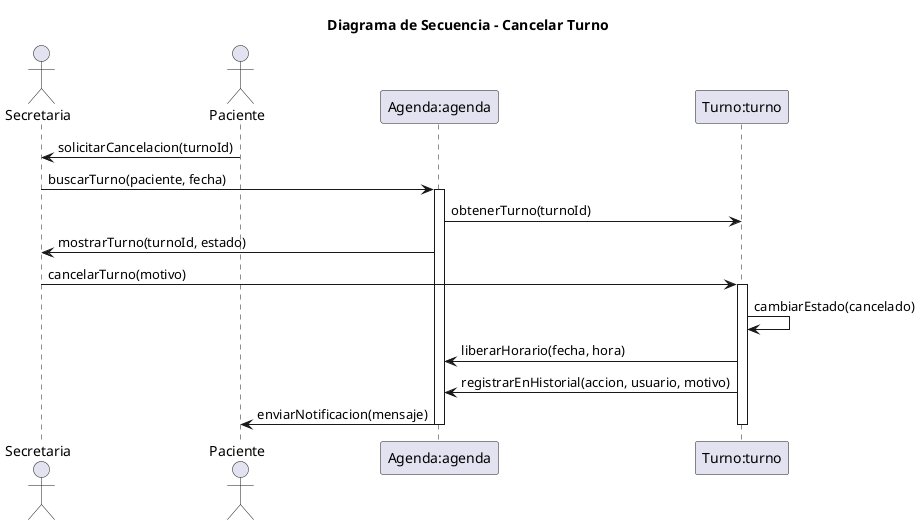
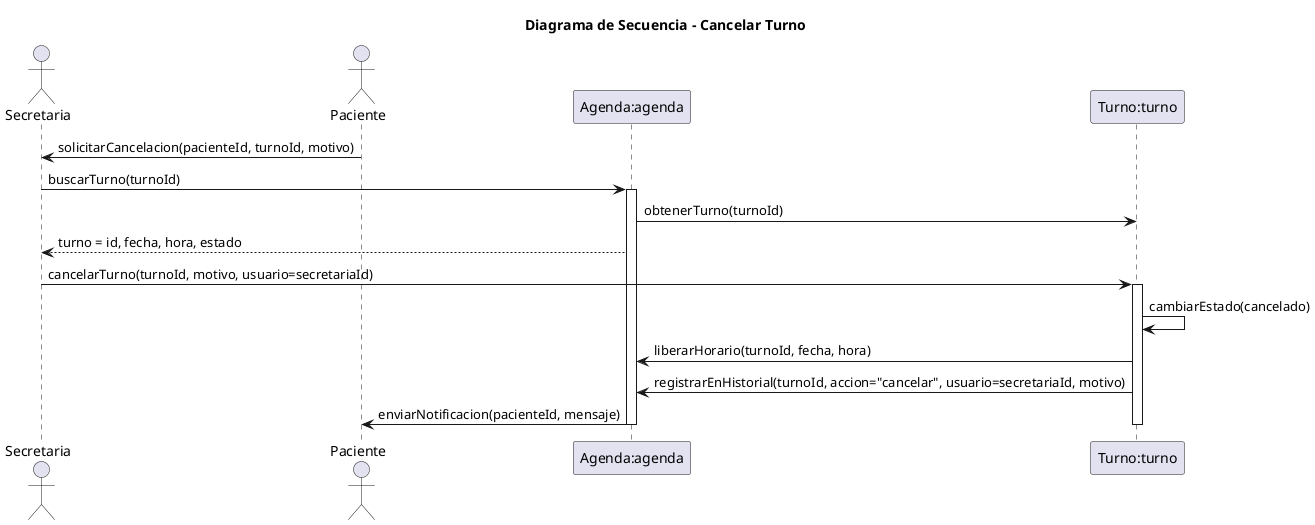
@startuml
title Diagrama de Secuencia - Cancelar Turno
' Nombre del escenario: Cancelar Turno - Flujo Principal
' Archivo: diagramas/03-escenarios-casos-de-uso/03-cancelar-turno-flujo-principal.md
' Objetivo: Representar la cancelación de un turno a solicitud del paciente, involucrando secretaria, paciente y sistema, basado en responsabilidades de CRC (Secretaria gestiona turnos, Turno modifica estados, Agenda libera horarios).

actor Secretaria as victoria
actor Paciente as roberto
participant "Agenda:agenda" as agenda
participant "Turno:turno" as turno

- roberto -> victoria: solicitarCancelacion(turnoId)
+ roberto -> victoria: solicitarCancelacion(pacienteId, turnoId, motivo)

- victoria -> agenda: buscarTurno(paciente, fecha)
+ victoria -> agenda: buscarTurno(turnoId)
activate agenda

agenda -> turno: obtenerTurno(turnoId)
- agenda -> victoria: mostrarTurno(turnoId, estado)
+ agenda --> victoria: turno = id, fecha, hora, estado

- victoria -> turno: cancelarTurno(motivo)
+ victoria -> turno: cancelarTurno(turnoId, motivo, usuario=secretariaId)
activate turno

turno -> turno: cambiarEstado(cancelado)
- turno -> agenda: liberarHorario(fecha, hora)
- turno -> agenda: registrarEnHistorial(accion, usuario, motivo)
+ turno -> agenda: liberarHorario(turnoId, fecha, hora)
+ turno -> agenda: registrarEnHistorial(turnoId, accion="cancelar", usuario=secretariaId, motivo)

- agenda -> roberto: enviarNotificacion(mensaje)
+ agenda -> roberto: enviarNotificacion(pacienteId, mensaje)

deactivate turno
deactivate agenda
@enduml